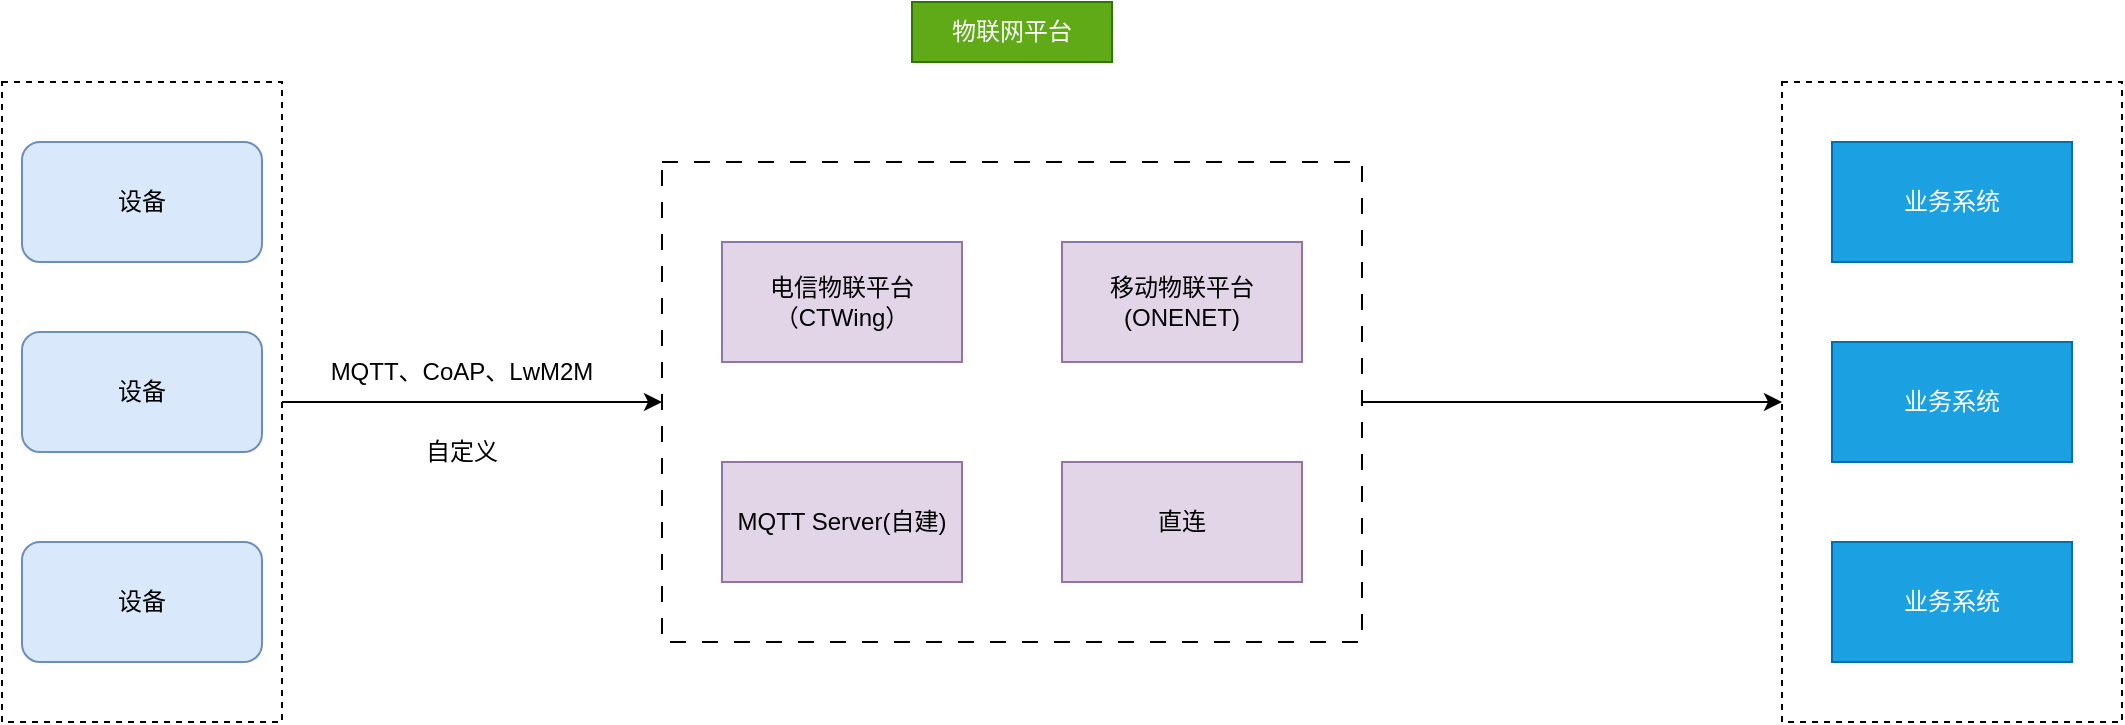
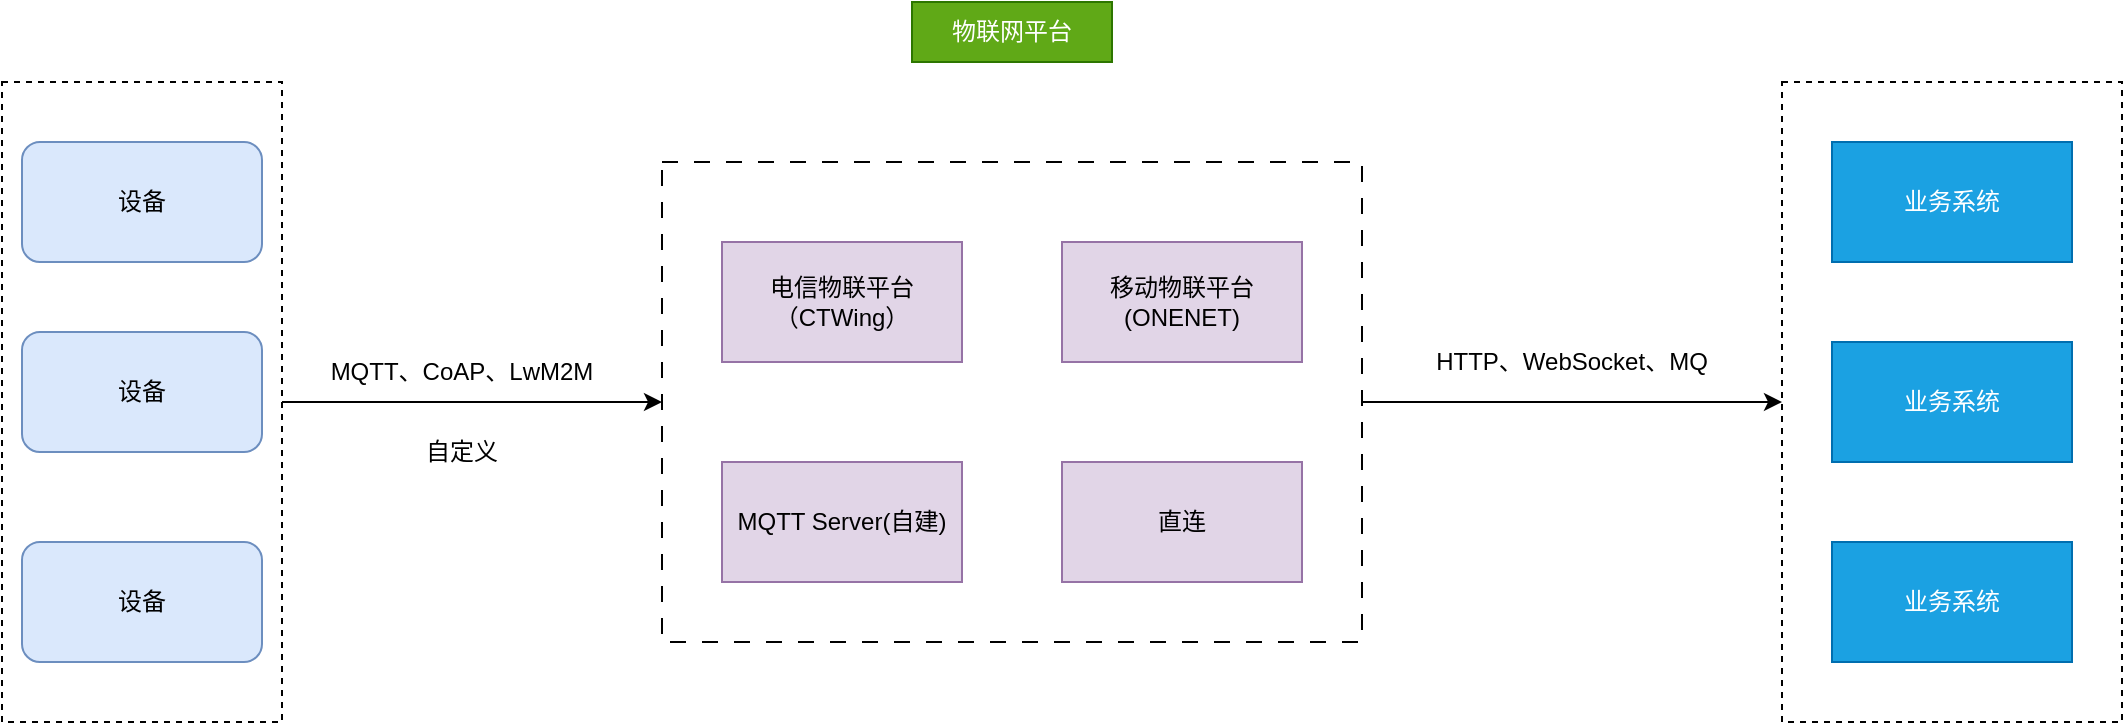
<mxfile host="app.diagrams.net" agent="Mozilla/5.0 (Windows NT 10.0; Win64; x64) AppleWebKit/537.36 (KHTML, like Gecko) Chrome/146.0.0.0 Safari/537.36 Edg/146.0.0.0" version="29.6.0">
  <diagram name="第 1 页" id="v3YUo2CS8SvW5dB6VCmP">
    <mxGraphModel dx="2058" dy="1106" grid="1" gridSize="10" guides="1" tooltips="1" connect="1" arrows="1" fold="1" page="1" pageScale="1" pageWidth="827" pageHeight="1169" math="0" shadow="0">
      <root>
        <mxCell id="0" />
        <mxCell id="1" parent="0" />
        <mxCell id="LlqKXtfbUc08KF6wca09-7" parent="1" style="rounded=0;whiteSpace=wrap;html=1;dashed=1;" value="" vertex="1">
          <mxGeometry height="320" width="170" x="950" y="200" as="geometry" />
        </mxCell>
        <mxCell id="LlqKXtfbUc08KF6wca09-5" edge="1" parent="1" source="SnEuOwe-7pzeBIlmCbed-8" style="edgeStyle=orthogonalEdgeStyle;rounded=0;orthogonalLoop=1;jettySize=auto;html=1;exitX=1;exitY=0.5;exitDx=0;exitDy=0;entryX=0;entryY=0.5;entryDx=0;entryDy=0;" target="SnEuOwe-7pzeBIlmCbed-1">
          <mxGeometry relative="1" as="geometry" />
        </mxCell>
        <mxCell id="SnEuOwe-7pzeBIlmCbed-8" parent="1" style="rounded=0;whiteSpace=wrap;html=1;dashed=1;" value="" vertex="1">
          <mxGeometry height="320" width="140" x="60" y="200" as="geometry" />
        </mxCell>
        <mxCell id="LlqKXtfbUc08KF6wca09-8" edge="1" parent="1" source="SnEuOwe-7pzeBIlmCbed-1" style="edgeStyle=orthogonalEdgeStyle;rounded=0;orthogonalLoop=1;jettySize=auto;html=1;exitX=1;exitY=0.5;exitDx=0;exitDy=0;entryX=0;entryY=0.5;entryDx=0;entryDy=0;" target="LlqKXtfbUc08KF6wca09-7">
          <mxGeometry relative="1" as="geometry" />
        </mxCell>
        <mxCell id="SnEuOwe-7pzeBIlmCbed-1" parent="1" style="rounded=0;whiteSpace=wrap;html=1;dashed=1;dashPattern=8 8;" value="" vertex="1">
          <mxGeometry height="240" width="350" x="390" y="240" as="geometry" />
        </mxCell>
        <mxCell id="SnEuOwe-7pzeBIlmCbed-2" parent="1" style="rounded=0;whiteSpace=wrap;html=1;fillColor=#1ba1e2;fontColor=#ffffff;strokeColor=#006EAF;" value="业务系统" vertex="1">
          <mxGeometry height="60" width="120" x="975" y="230" as="geometry" />
        </mxCell>
        <mxCell id="SnEuOwe-7pzeBIlmCbed-3" parent="1" style="rounded=0;whiteSpace=wrap;html=1;fillColor=#1ba1e2;fontColor=#ffffff;strokeColor=#006EAF;" value="业务系统" vertex="1">
          <mxGeometry height="60" width="120" x="975" y="330" as="geometry" />
        </mxCell>
        <mxCell id="SnEuOwe-7pzeBIlmCbed-4" parent="1" style="rounded=0;whiteSpace=wrap;html=1;fillColor=#1ba1e2;fontColor=#ffffff;strokeColor=#006EAF;" value="业务系统" vertex="1">
          <mxGeometry height="60" width="120" x="975" y="430" as="geometry" />
        </mxCell>
        <mxCell id="SnEuOwe-7pzeBIlmCbed-5" parent="1" style="rounded=1;whiteSpace=wrap;html=1;fillColor=#dae8fc;strokeColor=#6c8ebf;" value="设备" vertex="1">
          <mxGeometry height="60" width="120" x="70" y="230" as="geometry" />
        </mxCell>
        <mxCell id="SnEuOwe-7pzeBIlmCbed-6" parent="1" style="rounded=1;whiteSpace=wrap;html=1;fillColor=#dae8fc;strokeColor=#6c8ebf;" value="设备" vertex="1">
          <mxGeometry height="60" width="120" x="70" y="325" as="geometry" />
        </mxCell>
        <mxCell id="SnEuOwe-7pzeBIlmCbed-7" parent="1" style="rounded=1;whiteSpace=wrap;html=1;fillColor=#dae8fc;strokeColor=#6c8ebf;" value="设备" vertex="1">
          <mxGeometry height="60" width="120" x="70" y="430" as="geometry" />
        </mxCell>
        <mxCell id="LlqKXtfbUc08KF6wca09-1" parent="1" style="rounded=0;whiteSpace=wrap;html=1;fillColor=#e1d5e7;strokeColor=#9673a6;" value="电信物联平台（CTWing）" vertex="1">
          <mxGeometry height="60" width="120" x="420" y="280" as="geometry" />
        </mxCell>
        <mxCell id="LlqKXtfbUc08KF6wca09-2" parent="1" style="rounded=0;whiteSpace=wrap;html=1;fillColor=#e1d5e7;strokeColor=#9673a6;" value="移动物联平台(ONENET)" vertex="1">
          <mxGeometry height="60" width="120" x="590" y="280" as="geometry" />
        </mxCell>
        <mxCell id="LlqKXtfbUc08KF6wca09-3" parent="1" style="rounded=0;whiteSpace=wrap;html=1;fillColor=#e1d5e7;strokeColor=#9673a6;" value="MQTT Server(自建)" vertex="1">
          <mxGeometry height="60" width="120" x="420" y="390" as="geometry" />
        </mxCell>
        <mxCell id="LlqKXtfbUc08KF6wca09-4" parent="1" style="rounded=0;whiteSpace=wrap;html=1;fillColor=#e1d5e7;strokeColor=#9673a6;" value="直连" vertex="1">
          <mxGeometry height="60" width="120" x="590" y="390" as="geometry" />
        </mxCell>
        <mxCell id="LlqKXtfbUc08KF6wca09-9" parent="1" style="text;html=1;whiteSpace=wrap;strokeColor=#2D7600;fillColor=#60a917;align=center;verticalAlign=middle;rounded=0;fontColor=#ffffff;" value="物联网平台" vertex="1">
          <mxGeometry height="30" width="100" x="515" y="160" as="geometry" />
        </mxCell>
        <mxCell id="LlqKXtfbUc08KF6wca09-10" parent="1" style="text;html=1;whiteSpace=wrap;strokeColor=none;fillColor=none;align=center;verticalAlign=middle;rounded=0;" value="MQTT、CoAP、LwM2M" vertex="1">
          <mxGeometry height="50" width="280" x="150" y="320" as="geometry" />
        </mxCell>
        <mxCell id="LlqKXtfbUc08KF6wca09-12" parent="1" style="text;html=1;whiteSpace=wrap;strokeColor=none;fillColor=none;align=center;verticalAlign=middle;rounded=0;" value="自定义" vertex="1">
          <mxGeometry height="30" width="60" x="260" y="370" as="geometry" />
        </mxCell>
+         <mxCell id="LlqKXtfbUc08KF6wca09-13" parent="1" style="text;html=1;whiteSpace=wrap;strokeColor=none;fillColor=none;align=center;verticalAlign=middle;rounded=0;" value="HTTP、WebSocket、MQ" vertex="1">
+           <mxGeometry height="30" width="150" x="770" y="325" as="geometry" />
+         </mxCell>
      </root>
    </mxGraphModel>
  </diagram>
</mxfile>
